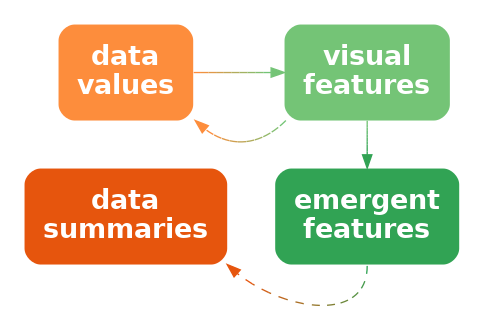
pmur002/hdvw keeps this Graphviz diagram as Diagrams/data-vis-vis-stat.png. Above is the earlier version. Its source is kept beside it as Diagrams/data-vis-vis-stat.dot.
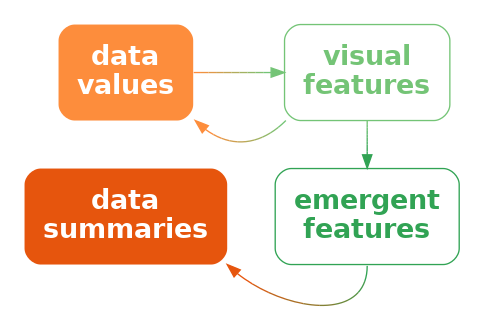
The same diagram one commit later.

What changed in the source:
```diff
@@ -4,13 +4,13 @@
   data [ label="data\nvalues"; shape=box; style="filled, rounded"; penwidth=0; fontcolor=white; fillcolor="#FD8D3C" ]
   stat [ label="data\nsummaries"; shape=box; style="filled, rounded"; penwidth=0; fontcolor=white; fillcolor="#E6550D" ]
   vis [ label="visual\nfeatures"; shape=box;
-     style="filled, rounded"; penwidth=0; fontcolor=white; fillcolor="#74C476" ]
+     style="rounded"; color="#74C476"; fontcolor="#74C476" ]
   add [ label="emergent\nfeatures"; shape=box;
-     style="filled, rounded"; penwidth=0; fontcolor=white; fillcolor="#31A354" ]
-  data -> vis [ color="#FD8D3C;0.1:#EE9342;0.1:#DF9949;0.1:#CF9F4F;0.1:#C0A556;0.1:#B1AC5C;0.1:#A2B263;0.1:#92B869;0.1:#83BE70;0.1:#74C476;0.1" ]
-  vis -> add [ color="#74C476;0.1:#6DC072;0.1:#65BD6E;0.1:#5EB96B;0.1:#56B567;0.1:#4FB263;0.1:#47AE5F;0.1:#40AA5C;0.1:#38A758;0.1:#31A354;0.1" ]
-  vis:sw -> data:se [ style="dashed", color="#74C476;0.1:#83BE70;0.1:#92B869;0.1:#A2B263;0.1:#B1AC5C;0.1:#C0A556;0.1:#CF9F4F;0.1:#DF9949;0.1:#EE9342;0.1:#FD8D3C;0.1" ]
-  add:s -> stat:se [ style="dashed", color="#31A354;0.1:#459A4C;0.1:#599244;0.1:#6D893C;0.1:#818034;0.1:#96782D;0.1:#AA6F25;0.1:#BE661D;0.1:#D25E15;0.1:#E6550D;0.1" ]
+     style="rounded"; color="#31A354"; fontcolor="#31A354" ]
+  data -> vis [ style="bold"; penwidth=1; color="#FD8D3C;0.1:#EE9342;0.1:#DF9949;0.1:#CF9F4F;0.1:#C0A556;0.1:#B1AC5C;0.1:#A2B263;0.1:#92B869;0.1:#83BE70;0.1:#74C476;0.1" ]
+  vis -> add [ style="solid", color="#74C476;0.1:#6DC072;0.1:#65BD6E;0.1:#5EB96B;0.1:#56B567;0.1:#4FB263;0.1:#47AE5F;0.1:#40AA5C;0.1:#38A758;0.1:#31A354;0.1" ]
+  vis:sw -> data:se [ style="solid", color="#74C476;0.1:#83BE70;0.1:#92B869;0.1:#A2B263;0.1:#B1AC5C;0.1:#C0A556;0.1:#CF9F4F;0.1:#DF9949;0.1:#EE9342;0.1:#FD8D3C;0.1" ]
+  add:s -> stat:se [ style="solid", color="#31A354;0.1:#459A4C;0.1:#599244;0.1:#6D893C;0.1:#818034;0.1:#96782D;0.1:#AA6F25;0.1:#BE661D;0.1:#D25E15;0.1:#E6550D;0.1" ]
 { rank=same; data, stat }
 { rank=same; vis, add }
 }
```
